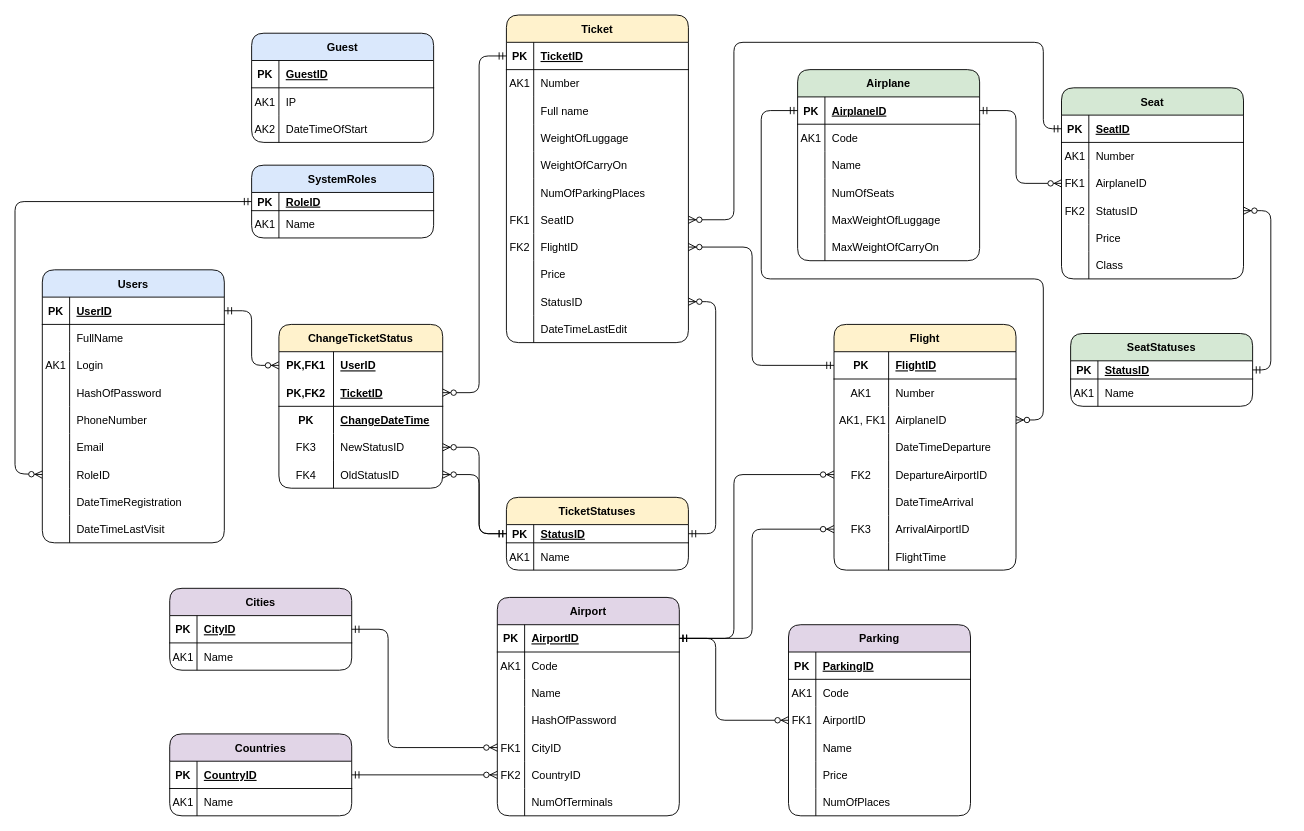
Yurii404/AirplaneTicketSalesSystem keeps this draw.io diagram as Design/Diagram/LogicalDiagram.drawio. Above is the earlier version. Source tidied: cells renumbered, new cells numbered last; positions are measured from the earlier drawing's top-left corner, leaving out a move shared by most shapes. Both pictures are drawn from the tidied source at 91%, with x=0, y=0 at pixel (15, 15).
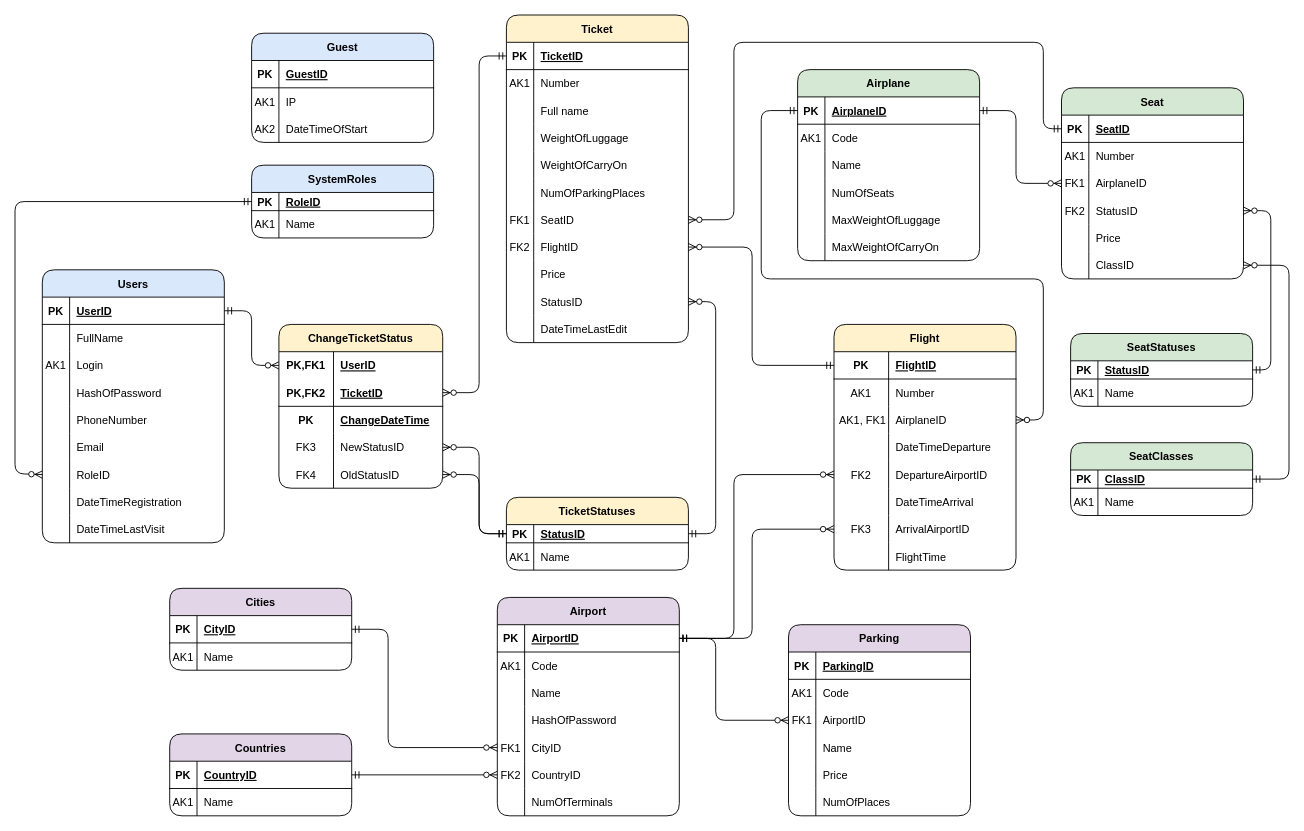
Above is the later version.

The change refers to these unchanged cells:
```xml
<mxCell id="99" style="shape=tableRow;horizontal=0;startSize=0;swimlaneHead=0;swimlaneBody=0;fillColor=none;points=[[0,0.5],[1,0.5]];portConstraint=eastwest;top=0;left=0;right=0;bottom=0;rounded=1;" parent="83" vertex="1">
  <mxGeometry y="180" width="200" height="30" as="geometry" />
</mxCell>
```

Diff of the diagram source:
```diff
@@
-    <mxCell id="101" value="Class" style="shape=partialRectangle;fillColor=none;top=0;left=0;bottom=0;right=0;align=left;spacingLeft=6;overflow=hidden;rounded=1;" parent="99" vertex="1">
+    <mxCell id="101" value="ClassID" style="shape=partialRectangle;fillColor=none;top=0;left=0;bottom=0;right=0;align=left;spacingLeft=6;overflow=hidden;rounded=1;" parent="99" vertex="1">
       <mxGeometry x="30" width="170" height="30" as="geometry" />
     </mxCell>
@@
+    <mxCell id="247" value="SeatClasses" style="shape=table;startSize=30;childLayout=tableLayout;rowLines=0;fontStyle=1;align=center;fillColor=#d5e8d4;strokeColor=#000000;rounded=1;" parent="1" vertex="1">
+      <mxGeometry x="1160" y="470" width="200" height="80" as="geometry" />
+    </mxCell>
+    <mxCell id="248" style="shape=tableRow;horizontal=0;startSize=0;swimlaneHead=0;swimlaneBody=0;fillColor=none;points=[[0,0.5],[1,0.5]];portConstraint=eastwest;top=0;left=0;right=0;bottom=1;rounded=1;" parent="247" vertex="1">
+      <mxGeometry y="30" width="200" height="20" as="geometry" />
+    </mxCell>
+    <mxCell id="249" value="PK" style="shape=partialRectangle;fillColor=none;top=0;left=0;bottom=0;right=0;fontStyle=1;overflow=hidden;rounded=1;" parent="248" vertex="1">
+      <mxGeometry width="30" height="20" as="geometry" />
+    </mxCell>
+    <mxCell id="250" value="ClassID" style="shape=partialRectangle;fillColor=none;top=0;left=0;bottom=0;right=0;align=left;spacingLeft=6;fontStyle=5;overflow=hidden;rounded=1;" parent="248" vertex="1">
+      <mxGeometry x="30" width="170" height="20" as="geometry" />
+    </mxCell>
+    <mxCell id="251" style="shape=tableRow;horizontal=0;startSize=0;swimlaneHead=0;swimlaneBody=0;fillColor=none;top=0;left=0;right=0;bottom=0;rounded=1;" parent="247" vertex="1">
+      <mxGeometry y="50" width="200" height="30" as="geometry" />
+    </mxCell>
+    <mxCell id="252" value="AK1" style="shape=partialRectangle;fillColor=none;top=0;left=0;bottom=0;right=0;overflow=hidden;rounded=1;" parent="251" vertex="1">
+      <mxGeometry width="30" height="30" as="geometry" />
+    </mxCell>
+    <mxCell id="253" value="Name" style="shape=partialRectangle;fillColor=none;top=0;left=0;bottom=0;right=0;align=left;spacingLeft=6;overflow=hidden;rounded=1;" parent="251" vertex="1">
+      <mxGeometry x="30" width="170" height="30" as="geometry" />
+    </mxCell>
+    <mxCell id="254" style="edgeStyle=orthogonalEdgeStyle;fontSize=12;html=1;endArrow=ERzeroToMany;startArrow=ERmandOne;rounded=1;entryX=1;entryY=0.5;entryDx=0;entryDy=0;exitX=1;exitY=0.5;exitDx=0;exitDy=0;" parent="1" edge="1" source="248" target="99">
+      <mxGeometry relative="1" as="geometry">
+        <Array as="points">
+          <mxPoint x="1400" y="510" />
+          <mxPoint x="1400" y="275" />
+        </Array>
+      </mxGeometry>
+    </mxCell>
```
